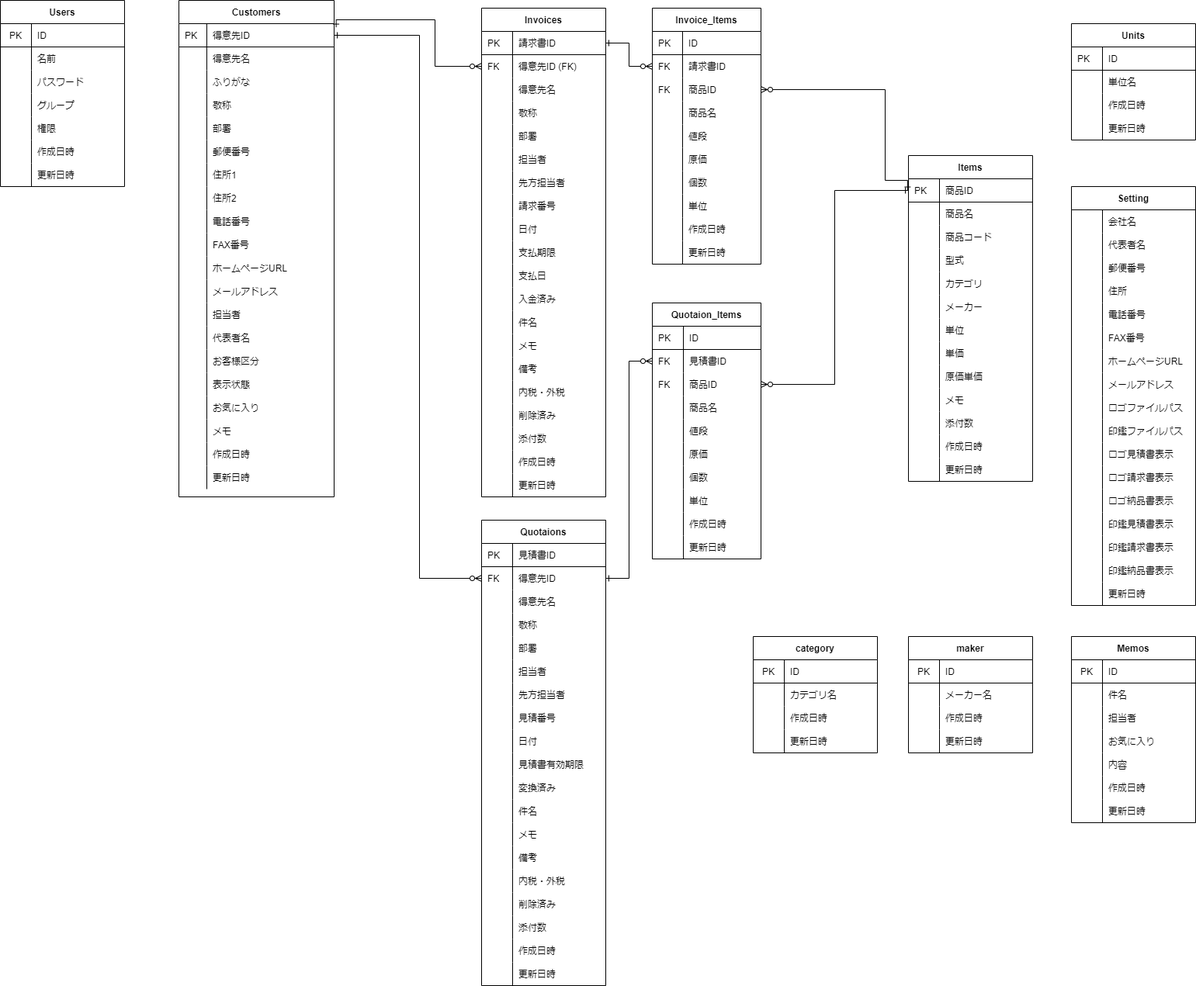
Above: soho_er.png in gamasenninn/caddie-clone (draw.io), before the change. Source tidied: cells renumbered, new cells last; positions are measured from the earlier drawing's top-left corner, leaving out a move shared by most shapes.
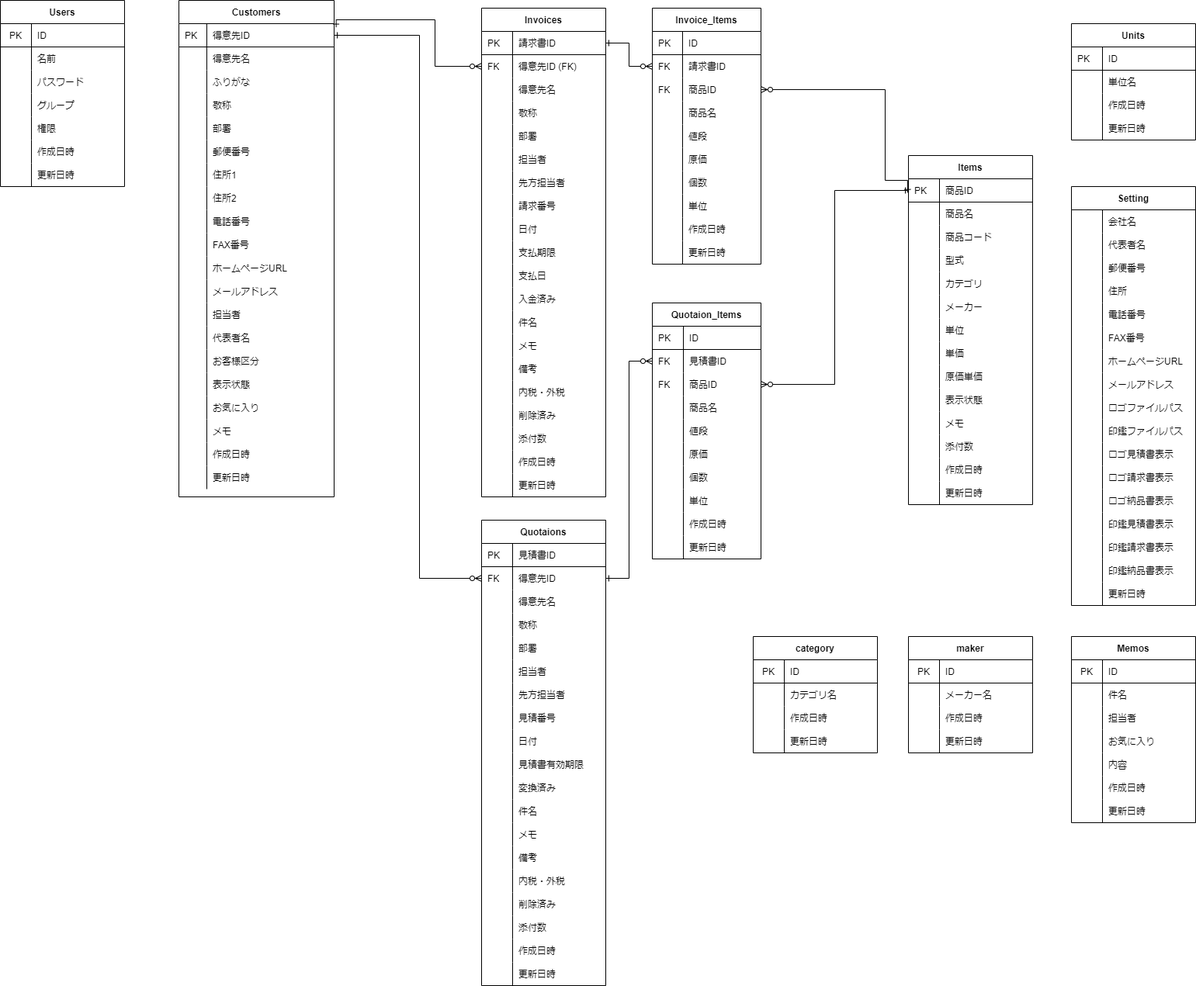
After the commit.

Diff of the diagram source:
```diff
@@ -186,7 +186,7 @@
       <mxGeometry x="36" width="164" height="30" as="geometry" />
     </mxCell>
     <mxCell id="63" value="Items" style="shape=table;startSize=30;rowLines=0;fontStyle=1;align=center;" parent="1" vertex="1">
-      <mxGeometry x="1170" y="200" width="160" height="420" as="geometry" />
+      <mxGeometry x="1170" y="200" width="160" height="450" as="geometry" />
     </mxCell>
     <mxCell id="64" style="shape=partialRectangle;html=1;whiteSpace=wrap;fillColor=none;top=0;left=0;bottom=1;right=0;points=[[0,0.5],[1,0.5]];portConstraint=eastwest;" parent="63" vertex="1">
       <mxGeometry y="30" width="160" height="30" as="geometry" />
@@ -269,8 +269,17 @@
     <mxCell id="90" value="原価単価" style="shape=partialRectangle;html=1;whiteSpace=wrap;fillColor=none;top=0;left=0;bottom=0;right=0;align=left;spacingLeft=6;overflow=hidden;" parent="88" vertex="1">
       <mxGeometry x="40" width="120" height="30" as="geometry" />
     </mxCell>
+    <mxCell id="425" style="shape=partialRectangle;html=1;whiteSpace=wrap;fillColor=none;top=0;left=0;bottom=0;right=0;" parent="63" vertex="1">
+      <mxGeometry y="300" width="160" height="30" as="geometry" />
+    </mxCell>
+    <mxCell id="426" style="shape=partialRectangle;html=1;whiteSpace=wrap;fillColor=none;top=0;left=0;bottom=0;right=0;align=left;spacingLeft=6;overflow=hidden;" parent="425" vertex="1">
+      <mxGeometry width="40" height="30" as="geometry" />
+    </mxCell>
+    <mxCell id="427" value="表示状態" style="shape=partialRectangle;html=1;whiteSpace=wrap;fillColor=none;top=0;left=0;bottom=0;right=0;align=left;spacingLeft=6;overflow=hidden;" parent="425" vertex="1">
+      <mxGeometry x="40" width="120" height="30" as="geometry" />
+    </mxCell>
     <mxCell id="91" style="shape=partialRectangle;html=1;whiteSpace=wrap;fillColor=none;top=0;left=0;bottom=0;right=0;" parent="63" vertex="1">
-      <mxGeometry y="300" width="160" height="30" as="geometry" />
+      <mxGeometry y="330" width="160" height="30" as="geometry" />
     </mxCell>
     <mxCell id="92" style="shape=partialRectangle;html=1;whiteSpace=wrap;fillColor=none;top=0;left=0;bottom=0;right=0;align=left;spacingLeft=6;overflow=hidden;" parent="91" vertex="1">
       <mxGeometry width="40" height="30" as="geometry" />
@@ -279,7 +288,7 @@
       <mxGeometry x="40" width="120" height="30" as="geometry" />
     </mxCell>
     <mxCell id="94" style="shape=partialRectangle;html=1;whiteSpace=wrap;fillColor=none;top=0;left=0;bottom=0;right=0;" parent="63" vertex="1">
-      <mxGeometry y="330" width="160" height="30" as="geometry" />
+      <mxGeometry y="360" width="160" height="30" as="geometry" />
     </mxCell>
     <mxCell id="95" style="shape=partialRectangle;html=1;whiteSpace=wrap;fillColor=none;top=0;left=0;bottom=0;right=0;align=left;spacingLeft=6;overflow=hidden;" parent="94" vertex="1">
       <mxGeometry width="40" height="30" as="geometry" />
@@ -288,7 +297,7 @@
       <mxGeometry x="40" width="120" height="30" as="geometry" />
     </mxCell>
     <mxCell id="97" style="shape=partialRectangle;html=1;whiteSpace=wrap;fillColor=none;top=0;left=0;bottom=0;right=0;" parent="63" vertex="1">
-      <mxGeometry y="360" width="160" height="30" as="geometry" />
+      <mxGeometry y="390" width="160" height="30" as="geometry" />
     </mxCell>
     <mxCell id="98" style="shape=partialRectangle;html=1;whiteSpace=wrap;fillColor=none;top=0;left=0;bottom=0;right=0;align=left;spacingLeft=6;overflow=hidden;" parent="97" vertex="1">
       <mxGeometry width="40" height="30" as="geometry" />
@@ -297,7 +306,7 @@
       <mxGeometry x="40" width="120" height="30" as="geometry" />
     </mxCell>
     <mxCell id="100" style="shape=partialRectangle;html=1;whiteSpace=wrap;fillColor=none;top=0;left=0;bottom=0;right=0;" parent="63" vertex="1">
-      <mxGeometry y="390" width="160" height="30" as="geometry" />
+      <mxGeometry y="420" width="160" height="30" as="geometry" />
     </mxCell>
     <mxCell id="101" style="shape=partialRectangle;html=1;whiteSpace=wrap;fillColor=none;top=0;left=0;bottom=0;right=0;align=left;spacingLeft=6;overflow=hidden;" parent="100" vertex="1">
       <mxGeometry width="40" height="30" as="geometry" />
```
